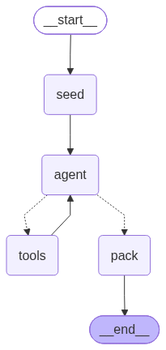
Before: graph.png, a diagram exported from Mermaid (Anodis108/kcn_hungphu_agent). Its source is kept beside it as graph.mmd. The source it was exported from:
```mermaid
---
config:
  flowchart:
    curve: linear
---
graph TD;
	__start__([<p>__start__</p>]):::first
	seed(seed)
	agent(agent)
	tools(tools)
	pack(pack)
	__end__([<p>__end__</p>]):::last
	__start__ --> seed;
	agent -.-> pack;
	agent -.-> tools;
	seed --> agent;
	tools --> agent;
	pack --> __end__;
	classDef default fill:#f2f0ff,line-height:1.2
	classDef first fill-opacity:0
	classDef last fill:#bfb6fc
```
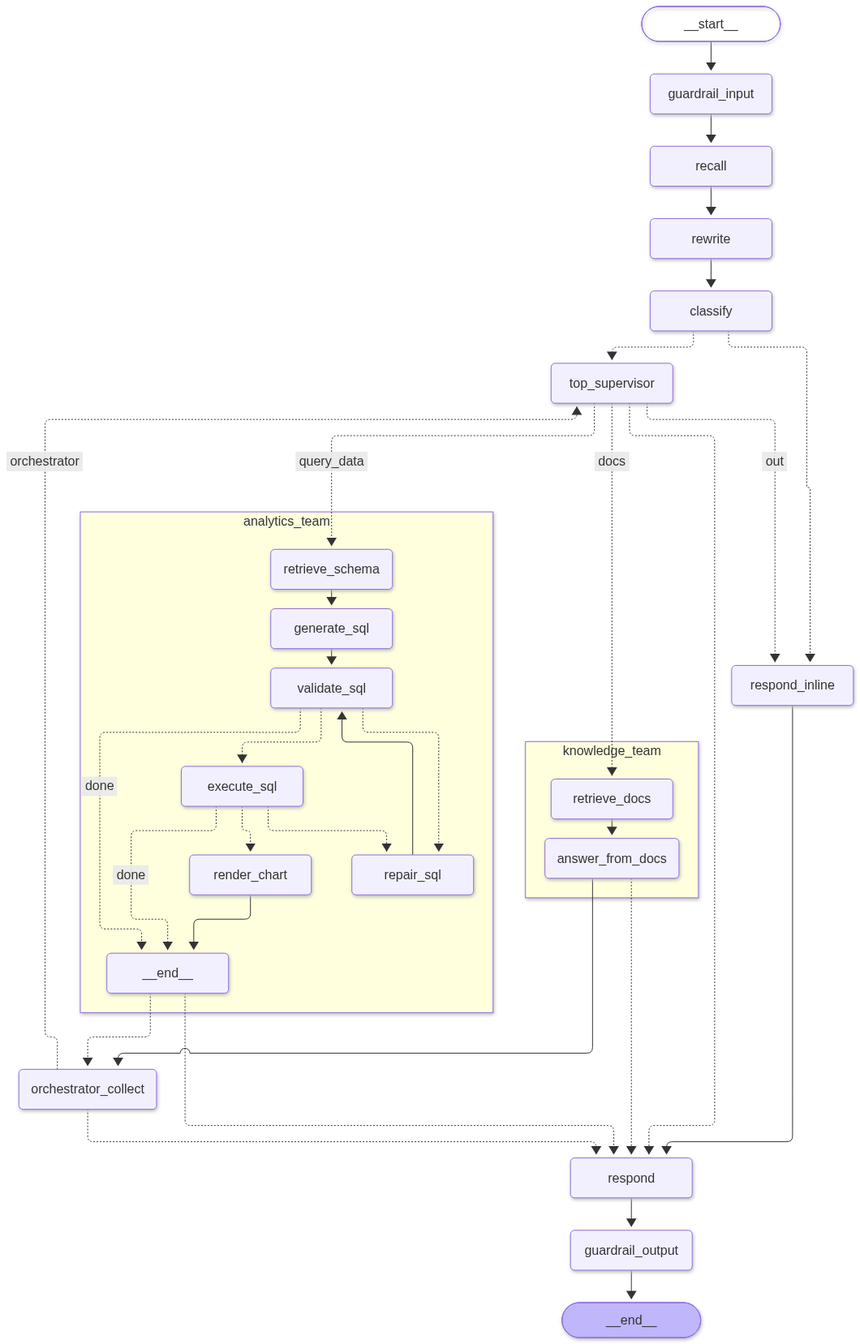
The same diagram one commit later.

Change to the diagram source:
```diff
@@ -5,17 +5,59 @@
 ---
 graph TD;
 	__start__([<p>__start__</p>]):::first
-	seed(seed)
-	agent(agent)
-	tools(tools)
-	pack(pack)
+	guardrail_input(guardrail_input)
+	guardrail_output(guardrail_output)
+	recall(recall)
+	rewrite(rewrite)
+	classify(classify)
+	respond_inline(respond_inline)
+	top_supervisor(top_supervisor)
+	orchestrator_collect(orchestrator_collect)
+	respond(respond)
 	__end__([<p>__end__</p>]):::last
-	__start__ --> seed;
-	agent -.-> pack;
-	agent -.-> tools;
-	seed --> agent;
-	tools --> agent;
-	pack --> __end__;
+	__start__ --> guardrail_input;
+	analytics_team\3a__end__ -.-> orchestrator_collect;
+	analytics_team\3a__end__ -.-> respond;
+	classify -.-> respond_inline;
+	classify -.-> top_supervisor;
+	guardrail_input --> recall;
+	knowledge_team\3aanswer_from_docs -.-> orchestrator_collect;
+	knowledge_team\3aanswer_from_docs -.-> respond;
+	orchestrator_collect -.-> respond;
+	orchestrator_collect -. &nbsp;orchestrator&nbsp; .-> top_supervisor;
+	recall --> rewrite;
+	respond --> guardrail_output;
+	respond_inline --> respond;
+	rewrite --> classify;
+	top_supervisor -. &nbsp;query_data&nbsp; .-> analytics_team\3aretrieve_schema;
+	top_supervisor -. &nbsp;docs&nbsp; .-> knowledge_team\3aretrieve_docs;
+	top_supervisor -.-> respond;
+	top_supervisor -. &nbsp;out&nbsp; .-> respond_inline;
+	guardrail_output --> __end__;
+	subgraph analytics_team
+	analytics_team\3aretrieve_schema(retrieve_schema)
+	analytics_team\3agenerate_sql(generate_sql)
+	analytics_team\3avalidate_sql(validate_sql)
+	analytics_team\3arepair_sql(repair_sql)
+	analytics_team\3aexecute_sql(execute_sql)
+	analytics_team\3arender_chart(render_chart)
+	analytics_team\3a__end__(<p>__end__</p>)
+	analytics_team\3aexecute_sql -. &nbsp;done&nbsp; .-> analytics_team\3a__end__;
+	analytics_team\3aexecute_sql -.-> analytics_team\3arender_chart;
+	analytics_team\3aexecute_sql -.-> analytics_team\3arepair_sql;
+	analytics_team\3agenerate_sql --> analytics_team\3avalidate_sql;
+	analytics_team\3arepair_sql --> analytics_team\3avalidate_sql;
+	analytics_team\3aretrieve_schema --> analytics_team\3agenerate_sql;
+	analytics_team\3avalidate_sql -. &nbsp;done&nbsp; .-> analytics_team\3a__end__;
+	analytics_team\3avalidate_sql -.-> analytics_team\3aexecute_sql;
+	analytics_team\3avalidate_sql -.-> analytics_team\3arepair_sql;
+	analytics_team\3arender_chart --> analytics_team\3a__end__;
+	end
+	subgraph knowledge_team
+	knowledge_team\3aretrieve_docs(retrieve_docs)
+	knowledge_team\3aanswer_from_docs(answer_from_docs)
+	knowledge_team\3aretrieve_docs --> knowledge_team\3aanswer_from_docs;
+	end
 	classDef default fill:#f2f0ff,line-height:1.2
 	classDef first fill-opacity:0
 	classDef last fill:#bfb6fc
```
